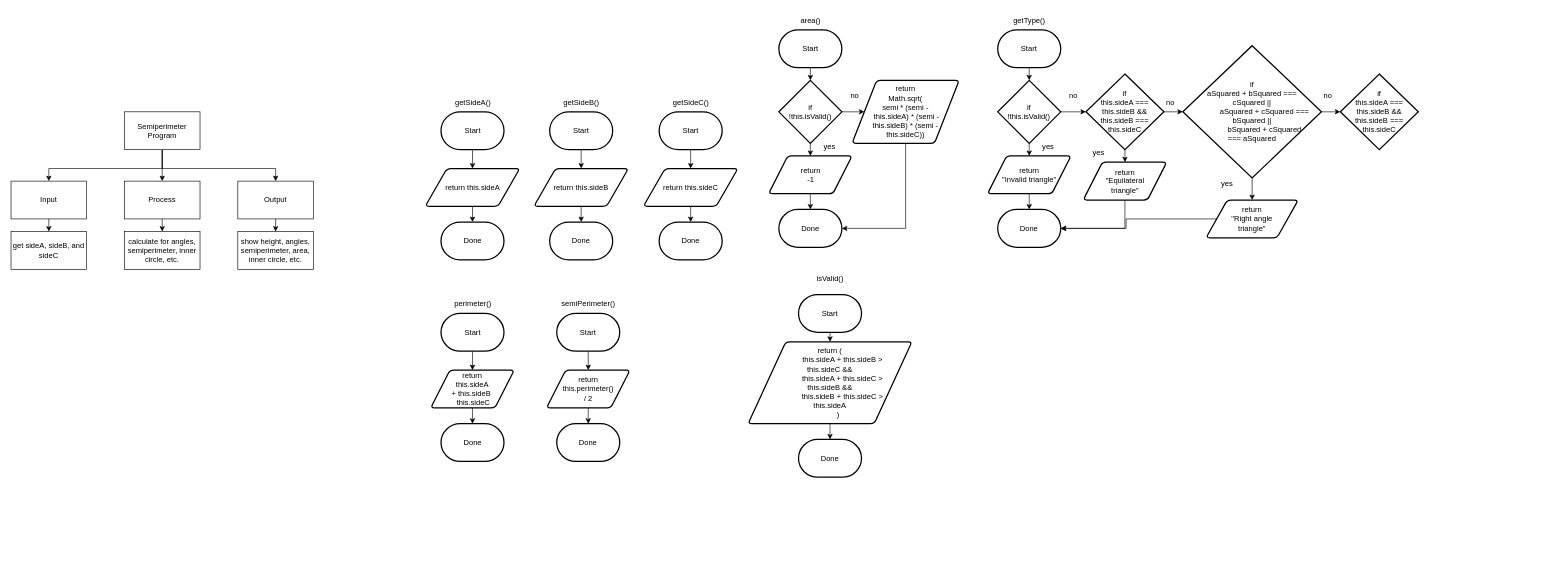
This is Assignments/Assignment 3/flowchart.drawio from MTHS-ICS4U-1-2023/ICS4U-Unit2-Infinity-De-Guzman, a draw.io file, before an edit. Source tidied: cells renumbered, new cells numbered last; positions are measured from the earlier drawing's top-left corner, leaving out a move shared by most shapes. Both pictures are drawn from the tidied source at 63%, with x=0, y=0 at pixel (11, 11).
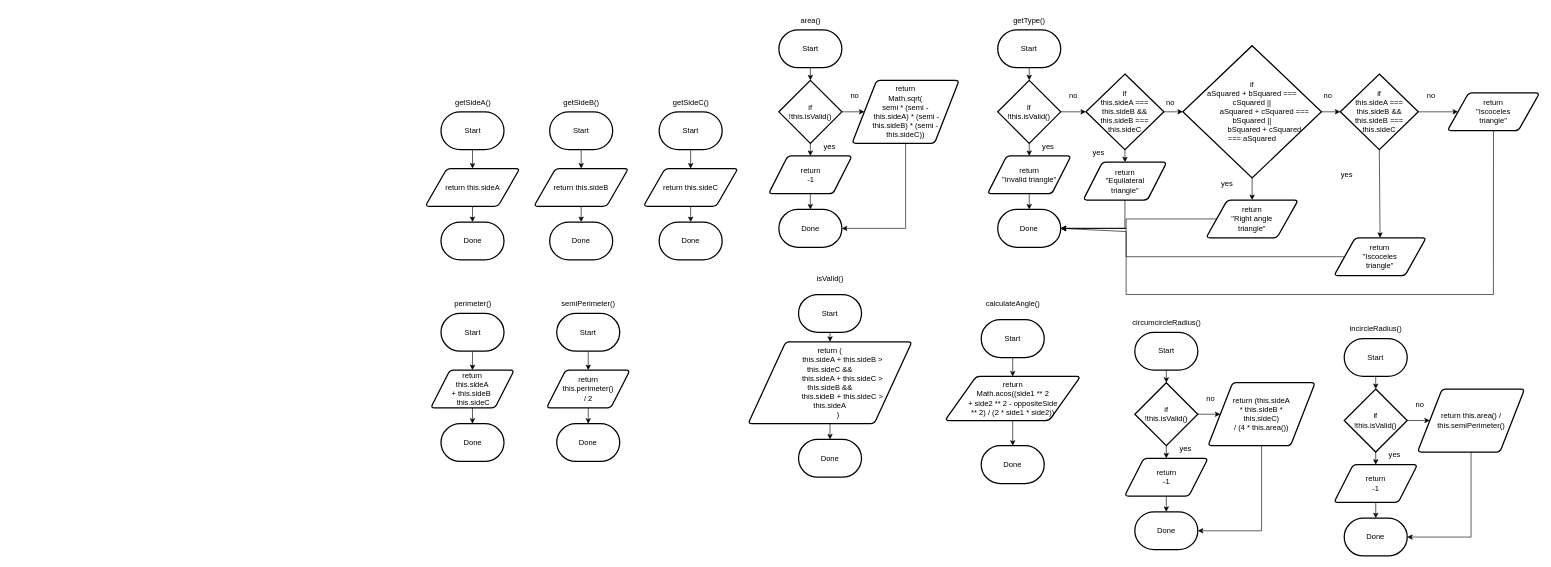
The same page after the edit.

The change refers to these unchanged cells:
```xml
<mxCell id="69" value="Done" style="strokeWidth=2;html=1;shape=mxgraph.flowchart.terminator;whiteSpace=wrap;" parent="1" vertex="1">
  <mxGeometry x="1566.2" y="315" width="100" height="60" as="geometry" />
</mxCell>
<mxCell id="88" value="if&lt;br&gt;this.sideA === this.sideB &amp;amp;&amp;amp; this.sideB === this.sideC" style="strokeWidth=2;html=1;shape=mxgraph.flowchart.decision;whiteSpace=wrap;" parent="1" vertex="1">
  <mxGeometry x="2110" y="100" width="123.8" height="120" as="geometry" />
</mxCell>
```

Diff of the diagram source:
```diff
@@
-    <mxCell id="2" style="edgeStyle=none;html=1;exitX=0.5;exitY=1;exitDx=0;exitDy=0;" parent="1" edge="1" source="5" target="7">
-      <mxGeometry relative="1" as="geometry" />
-    </mxCell>
-    <mxCell id="3" style="edgeStyle=none;html=1;exitX=0.5;exitY=1;exitDx=0;exitDy=0;entryX=0.5;entryY=0;entryDx=0;entryDy=0;rounded=0;" parent="1" edge="1" source="5" target="11">
-      <mxGeometry relative="1" as="geometry">
-        <Array as="points">
-          <mxPoint x="240" y="250" />
-          <mxPoint x="420" y="250" />
-        </Array>
-      </mxGeometry>
-    </mxCell>
-    <mxCell id="4" style="edgeStyle=none;rounded=0;html=1;exitX=0.5;exitY=1;exitDx=0;exitDy=0;entryX=0.5;entryY=0;entryDx=0;entryDy=0;" parent="1" edge="1" source="5" target="9">
-      <mxGeometry relative="1" as="geometry">
-        <Array as="points">
-          <mxPoint x="240" y="250" />
-          <mxPoint x="60" y="250" />
-        </Array>
-      </mxGeometry>
-    </mxCell>
-    <mxCell id="5" value="Semiperimeter Program" style="rounded=0;whiteSpace=wrap;html=1;" parent="1" vertex="1">
-      <mxGeometry x="180" y="160" width="120" height="60" as="geometry" />
-    </mxCell>
-    <mxCell id="6" style="edgeStyle=none;rounded=0;html=1;exitX=0.5;exitY=1;exitDx=0;exitDy=0;entryX=0.5;entryY=0;entryDx=0;entryDy=0;" parent="1" edge="1" source="7" target="13">
-      <mxGeometry relative="1" as="geometry" />
-    </mxCell>
-    <mxCell id="7" value="Process" style="rounded=0;whiteSpace=wrap;html=1;" parent="1" vertex="1">
-      <mxGeometry x="180" y="270" width="120" height="60" as="geometry" />
-    </mxCell>
-    <mxCell id="8" style="edgeStyle=none;rounded=0;html=1;exitX=0.5;exitY=1;exitDx=0;exitDy=0;entryX=0.5;entryY=0;entryDx=0;entryDy=0;" parent="1" edge="1" source="9" target="12">
-      <mxGeometry relative="1" as="geometry" />
-    </mxCell>
-    <mxCell id="9" value="Input" style="rounded=0;whiteSpace=wrap;html=1;" parent="1" vertex="1">
-      <mxGeometry y="270" width="120" height="60" as="geometry" />
-    </mxCell>
-    <mxCell id="10" style="edgeStyle=none;rounded=0;html=1;exitX=0.5;exitY=1;exitDx=0;exitDy=0;entryX=0.5;entryY=0;entryDx=0;entryDy=0;" parent="1" edge="1" source="11" target="14">
-      <mxGeometry relative="1" as="geometry" />
-    </mxCell>
-    <mxCell id="11" value="Output" style="rounded=0;whiteSpace=wrap;html=1;" parent="1" vertex="1">
-      <mxGeometry x="360" y="270" width="120" height="60" as="geometry" />
-    </mxCell>
-    <mxCell id="12" value="get sideA, sideB, and sideC" style="rounded=0;whiteSpace=wrap;html=1;" parent="1" vertex="1">
-      <mxGeometry y="350" width="120" height="60" as="geometry" />
-    </mxCell>
-    <mxCell id="13" value="calculate for angles, semiperimeter, inner circle, etc." style="rounded=0;whiteSpace=wrap;html=1;" parent="1" vertex="1">
-      <mxGeometry x="180" y="350" width="120" height="60" as="geometry" />
-    </mxCell>
-    <mxCell id="14" value="show height, angles, semiperimeter, area, inner circle, etc." style="rounded=0;whiteSpace=wrap;html=1;" parent="1" vertex="1">
-      <mxGeometry x="360" y="350" width="120" height="60" as="geometry" />
-    </mxCell>
@@
+    <mxCell id="90" style="edgeStyle=none;html=1;exitX=0.5;exitY=1;exitDx=0;exitDy=0;exitPerimeter=0;entryX=0.5;entryY=0;entryDx=0;entryDy=0;" parent="1" edge="1" source="88" target="93">
+      <mxGeometry relative="1" as="geometry" />
+    </mxCell>
+    <mxCell id="91" style="edgeStyle=none;rounded=0;html=1;exitX=1;exitY=0.5;exitDx=0;exitDy=0;exitPerimeter=0;entryX=0;entryY=0.5;entryDx=0;entryDy=0;" parent="1" edge="1" source="88" target="96">
+      <mxGeometry relative="1" as="geometry" />
+    </mxCell>
@@
+    <mxCell id="92" style="edgeStyle=none;html=1;exitX=0;exitY=0.5;exitDx=0;exitDy=0;entryX=1;entryY=0.5;entryDx=0;entryDy=0;entryPerimeter=0;rounded=0;" parent="1" edge="1" source="93" target="69">
+      <mxGeometry relative="1" as="geometry">
+        <Array as="points">
+          <mxPoint x="1770" y="390" />
+          <mxPoint x="1770" y="345" />
+        </Array>
+      </mxGeometry>
+    </mxCell>
+    <mxCell id="93" value="return&lt;br&gt;&quot;Iscoceles&lt;br&gt;triangle&quot;" style="shape=parallelogram;html=1;strokeWidth=2;perimeter=parallelogramPerimeter;whiteSpace=wrap;rounded=1;arcSize=12;size=0.23;" parent="1" vertex="1">
+      <mxGeometry x="2100" y="360" width="146.2" height="60" as="geometry" />
+    </mxCell>
+    <mxCell id="94" value="yes" style="text;html=1;align=center;verticalAlign=middle;strokeColor=none;fillColor=none;" parent="1" vertex="1">
+      <mxGeometry x="2100" y="245" width="40" height="30" as="geometry" />
+    </mxCell>
+    <mxCell id="95" style="edgeStyle=none;rounded=0;html=1;exitX=0.5;exitY=1;exitDx=0;exitDy=0;entryX=1;entryY=0.5;entryDx=0;entryDy=0;entryPerimeter=0;" parent="1" edge="1" source="96" target="69">
+      <mxGeometry relative="1" as="geometry">
+        <Array as="points">
+          <mxPoint x="2353" y="450" />
+          <mxPoint x="1770" y="450" />
+          <mxPoint x="1770" y="350" />
+        </Array>
+      </mxGeometry>
+    </mxCell>
+    <mxCell id="96" value="return&lt;br&gt;&quot;Iscoceles&lt;br&gt;triangle&quot;" style="shape=parallelogram;html=1;strokeWidth=2;perimeter=parallelogramPerimeter;whiteSpace=wrap;rounded=1;arcSize=12;size=0.23;" parent="1" vertex="1">
+      <mxGeometry x="2280" y="130" width="146.2" height="60" as="geometry" />
+    </mxCell>
+    <mxCell id="97" value="no" style="text;html=1;align=center;verticalAlign=middle;strokeColor=none;fillColor=none;" parent="1" vertex="1">
+      <mxGeometry x="2233.8" y="120" width="40" height="30" as="geometry" />
+    </mxCell>
+    <mxCell id="98" style="edgeStyle=none;rounded=0;html=1;exitX=0.5;exitY=1;exitDx=0;exitDy=0;exitPerimeter=0;entryX=0.5;entryY=0;entryDx=0;entryDy=0;" parent="1" edge="1" source="99" target="101">
+      <mxGeometry relative="1" as="geometry">
+        <Array as="points">
+          <mxPoint x="1590" y="570" />
+        </Array>
+      </mxGeometry>
+    </mxCell>
+    <mxCell id="99" value="Start" style="strokeWidth=2;html=1;shape=mxgraph.flowchart.terminator;whiteSpace=wrap;" parent="1" vertex="1">
+      <mxGeometry x="1540" y="490" width="100" height="60" as="geometry" />
+    </mxCell>
+    <mxCell id="100" style="edgeStyle=none;rounded=0;html=1;exitX=0.5;exitY=1;exitDx=0;exitDy=0;entryX=0.5;entryY=0;entryDx=0;entryDy=0;entryPerimeter=0;" parent="1" edge="1" source="101" target="103">
+      <mxGeometry relative="1" as="geometry" />
+    </mxCell>
+    <mxCell id="101" value="return&lt;br&gt;Math.acos((side1 ** 2&lt;br&gt;+ side2 ** 2 - oppositeSide&lt;br&gt;** 2)&amp;nbsp;/ (2 * side1 * side2))" style="shape=parallelogram;html=1;strokeWidth=2;perimeter=parallelogramPerimeter;whiteSpace=wrap;rounded=1;arcSize=12;size=0.23;rotation=0;" parent="1" vertex="1">
+      <mxGeometry x="1482.5" y="580" width="215" height="70" as="geometry" />
+    </mxCell>
+    <mxCell id="102" value="calculateAngle()" style="text;html=1;align=center;verticalAlign=middle;strokeColor=none;fillColor=none;" parent="1" vertex="1">
+      <mxGeometry x="1535" y="450" width="110" height="30" as="geometry" />
+    </mxCell>
+    <mxCell id="103" value="Done" style="strokeWidth=2;html=1;shape=mxgraph.flowchart.terminator;whiteSpace=wrap;" parent="1" vertex="1">
+      <mxGeometry x="1540" y="690" width="100" height="60" as="geometry" />
+    </mxCell>
+    <mxCell id="104" value="circumcircleRadius()" style="text;html=1;align=center;verticalAlign=middle;strokeColor=none;fillColor=none;" parent="1" vertex="1">
+      <mxGeometry x="1768.8" y="480" width="130" height="30" as="geometry" />
+    </mxCell>
+    <mxCell id="105" style="edgeStyle=none;html=1;exitX=0.5;exitY=1;exitDx=0;exitDy=0;exitPerimeter=0;entryX=0.5;entryY=0;entryDx=0;entryDy=0;entryPerimeter=0;" parent="1" edge="1" source="106" target="112">
+      <mxGeometry relative="1" as="geometry" />
+    </mxCell>
+    <mxCell id="106" value="Start" style="strokeWidth=2;html=1;shape=mxgraph.flowchart.terminator;whiteSpace=wrap;" parent="1" vertex="1">
+      <mxGeometry x="1783.8" y="510" width="100" height="60" as="geometry" />
+    </mxCell>
+    <mxCell id="107" style="edgeStyle=none;html=1;exitX=0.5;exitY=1;exitDx=0;exitDy=0;" parent="1" edge="1" source="108" target="109">
+      <mxGeometry relative="1" as="geometry" />
+    </mxCell>
+    <mxCell id="108" value="return&lt;br&gt;-1" style="shape=parallelogram;html=1;strokeWidth=2;perimeter=parallelogramPerimeter;whiteSpace=wrap;rounded=1;arcSize=12;size=0.23;" parent="1" vertex="1">
+      <mxGeometry x="1767.5" y="710" width="132.5" height="60" as="geometry" />
+    </mxCell>
+    <mxCell id="109" value="Done" style="strokeWidth=2;html=1;shape=mxgraph.flowchart.terminator;whiteSpace=wrap;" parent="1" vertex="1">
+      <mxGeometry x="1783.8" y="795" width="100" height="60" as="geometry" />
+    </mxCell>
+    <mxCell id="110" style="edgeStyle=none;html=1;exitX=0.5;exitY=1;exitDx=0;exitDy=0;exitPerimeter=0;entryX=0.5;entryY=0;entryDx=0;entryDy=0;" parent="1" edge="1" source="112" target="108">
+      <mxGeometry relative="1" as="geometry" />
+    </mxCell>
+    <mxCell id="111" style="edgeStyle=none;html=1;exitX=1;exitY=0.5;exitDx=0;exitDy=0;exitPerimeter=0;entryX=0;entryY=0.5;entryDx=0;entryDy=0;" parent="1" edge="1" source="112" target="116">
+      <mxGeometry relative="1" as="geometry" />
+    </mxCell>
+    <mxCell id="112" value="if&lt;br&gt;!this.isValid()" style="strokeWidth=2;html=1;shape=mxgraph.flowchart.decision;whiteSpace=wrap;" parent="1" vertex="1">
+      <mxGeometry x="1783.8" y="590" width="100" height="100" as="geometry" />
+    </mxCell>
+    <mxCell id="113" value="yes" style="text;html=1;align=center;verticalAlign=middle;strokeColor=none;fillColor=none;" parent="1" vertex="1">
+      <mxGeometry x="1843.8" y="680" width="40" height="30" as="geometry" />
+    </mxCell>
+    <mxCell id="114" value="no" style="text;html=1;align=center;verticalAlign=middle;strokeColor=none;fillColor=none;" parent="1" vertex="1">
+      <mxGeometry x="1883.8" y="600" width="40" height="30" as="geometry" />
+    </mxCell>
+    <mxCell id="115" style="edgeStyle=none;html=1;exitX=0.5;exitY=1;exitDx=0;exitDy=0;entryX=1;entryY=0.5;entryDx=0;entryDy=0;entryPerimeter=0;rounded=0;" parent="1" edge="1" source="116" target="109">
+      <mxGeometry relative="1" as="geometry">
+        <Array as="points">
+          <mxPoint x="1985" y="825" />
+        </Array>
+      </mxGeometry>
+    </mxCell>
+    <mxCell id="116" value="return (this.sideA&lt;br&gt;* this.sideB *&lt;br&gt;this.sideC)&lt;br&gt;/ (4 * this.area())" style="shape=parallelogram;html=1;strokeWidth=2;perimeter=parallelogramPerimeter;whiteSpace=wrap;rounded=1;arcSize=12;size=0.23;" parent="1" vertex="1">
+      <mxGeometry x="1900" y="590" width="170" height="100" as="geometry" />
+    </mxCell>
+    <mxCell id="117" value="incircleRadius()" style="text;html=1;align=center;verticalAlign=middle;strokeColor=none;fillColor=none;" parent="1" vertex="1">
+      <mxGeometry x="2111.2" y="490" width="110" height="30" as="geometry" />
+    </mxCell>
+    <mxCell id="118" style="edgeStyle=none;html=1;exitX=0.5;exitY=1;exitDx=0;exitDy=0;exitPerimeter=0;entryX=0.5;entryY=0;entryDx=0;entryDy=0;entryPerimeter=0;" parent="1" edge="1" source="119" target="125">
+      <mxGeometry relative="1" as="geometry" />
+    </mxCell>
+    <mxCell id="119" value="Start" style="strokeWidth=2;html=1;shape=mxgraph.flowchart.terminator;whiteSpace=wrap;" parent="1" vertex="1">
+      <mxGeometry x="2116.2" y="520" width="100" height="60" as="geometry" />
+    </mxCell>
+    <mxCell id="120" style="edgeStyle=none;html=1;exitX=0.5;exitY=1;exitDx=0;exitDy=0;" parent="1" edge="1" source="121" target="122">
+      <mxGeometry relative="1" as="geometry" />
+    </mxCell>
+    <mxCell id="121" value="return&lt;br&gt;-1" style="shape=parallelogram;html=1;strokeWidth=2;perimeter=parallelogramPerimeter;whiteSpace=wrap;rounded=1;arcSize=12;size=0.23;" parent="1" vertex="1">
+      <mxGeometry x="2100" y="720" width="132.5" height="60" as="geometry" />
+    </mxCell>
+    <mxCell id="122" value="Done" style="strokeWidth=2;html=1;shape=mxgraph.flowchart.terminator;whiteSpace=wrap;" parent="1" vertex="1">
+      <mxGeometry x="2116.2" y="805" width="100" height="60" as="geometry" />
+    </mxCell>
+    <mxCell id="123" style="edgeStyle=none;html=1;exitX=0.5;exitY=1;exitDx=0;exitDy=0;exitPerimeter=0;entryX=0.5;entryY=0;entryDx=0;entryDy=0;" parent="1" edge="1" source="125" target="121">
+      <mxGeometry relative="1" as="geometry" />
+    </mxCell>
+    <mxCell id="124" style="edgeStyle=none;html=1;exitX=1;exitY=0.5;exitDx=0;exitDy=0;exitPerimeter=0;entryX=0;entryY=0.5;entryDx=0;entryDy=0;" parent="1" edge="1" source="125" target="129">
+      <mxGeometry relative="1" as="geometry" />
+    </mxCell>
+    <mxCell id="125" value="if&lt;br&gt;!this.isValid()" style="strokeWidth=2;html=1;shape=mxgraph.flowchart.decision;whiteSpace=wrap;" parent="1" vertex="1">
+      <mxGeometry x="2116.2" y="600" width="100" height="100" as="geometry" />
+    </mxCell>
+    <mxCell id="126" value="yes" style="text;html=1;align=center;verticalAlign=middle;strokeColor=none;fillColor=none;" parent="1" vertex="1">
+      <mxGeometry x="2176.2" y="690" width="40" height="30" as="geometry" />
+    </mxCell>
+    <mxCell id="127" value="no" style="text;html=1;align=center;verticalAlign=middle;strokeColor=none;fillColor=none;" parent="1" vertex="1">
+      <mxGeometry x="2216.2" y="610" width="40" height="30" as="geometry" />
+    </mxCell>
+    <mxCell id="128" style="edgeStyle=none;html=1;exitX=0.5;exitY=1;exitDx=0;exitDy=0;entryX=1;entryY=0.5;entryDx=0;entryDy=0;entryPerimeter=0;rounded=0;" parent="1" edge="1" source="129" target="122">
+      <mxGeometry relative="1" as="geometry">
+        <Array as="points">
+          <mxPoint x="2317.5" y="835" />
+        </Array>
+      </mxGeometry>
+    </mxCell>
+    <mxCell id="129" value="return this.area() / this.semiPerimeter()" style="shape=parallelogram;html=1;strokeWidth=2;perimeter=parallelogramPerimeter;whiteSpace=wrap;rounded=1;arcSize=12;size=0.23;" parent="1" vertex="1">
+      <mxGeometry x="2232.5" y="600" width="170" height="100" as="geometry" />
+    </mxCell>
```
